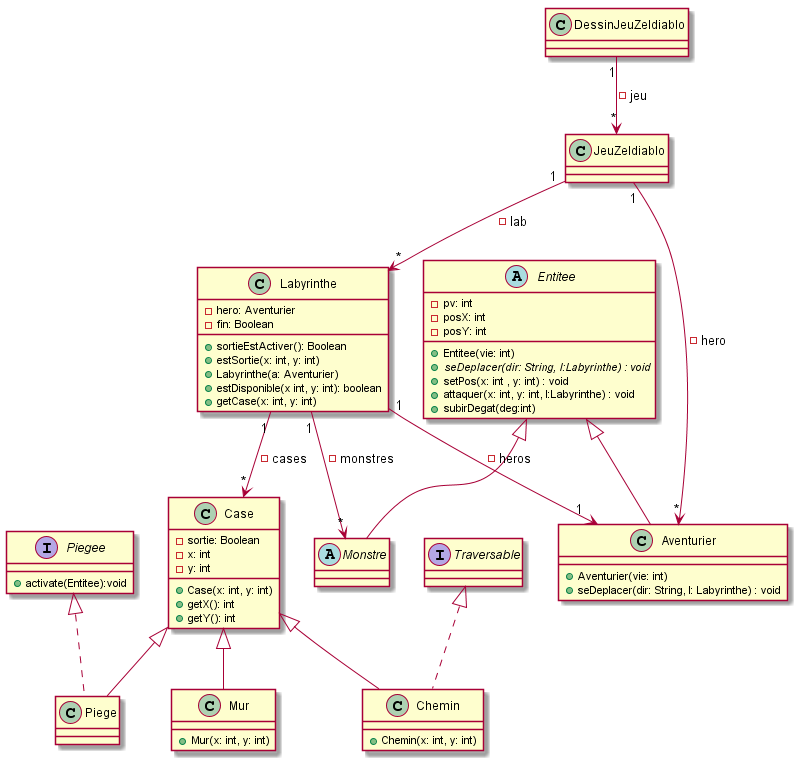
NunzioArdi/2019_coo_zeldiablo keeps this PlantUML diagram as documents/version_4.0/diagramme_classe.png. Above is the earlier version.
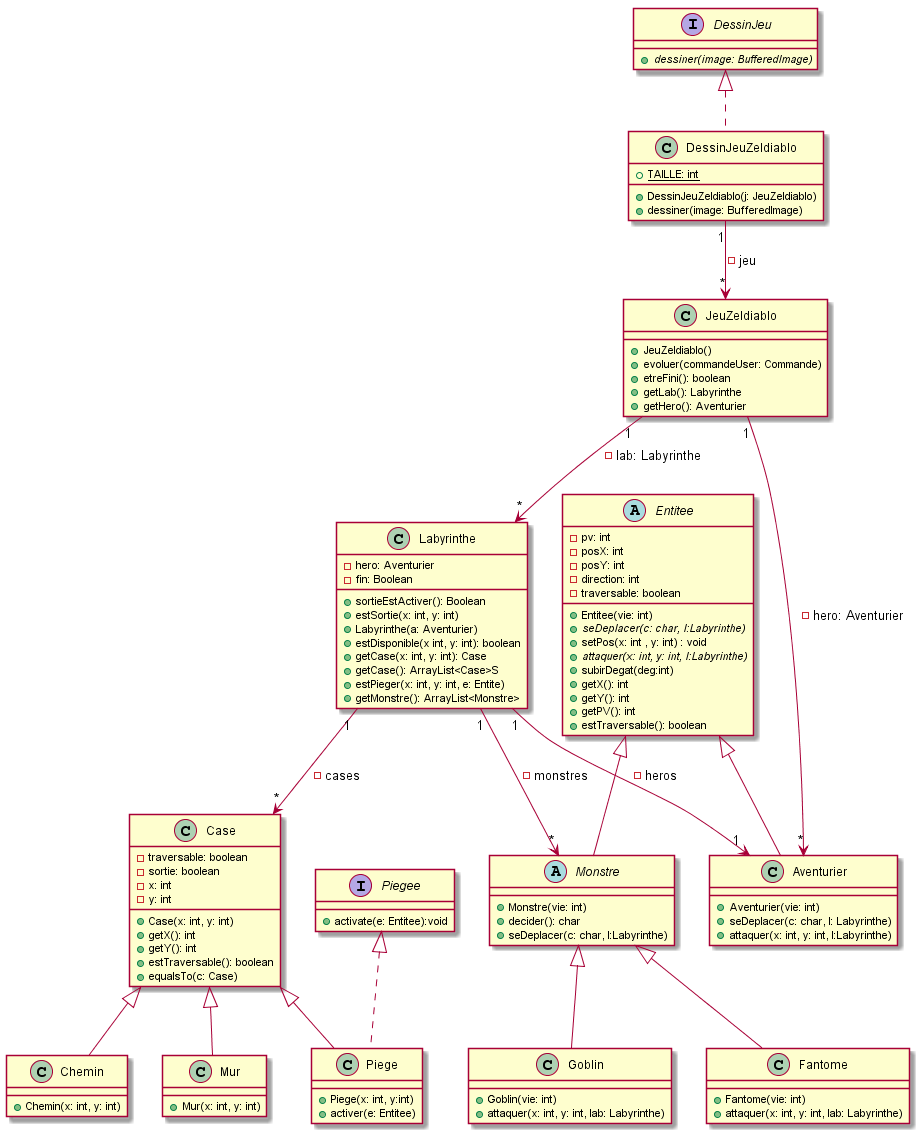
The same file after the commit.

Commit message:
mise à jour et

Change to the diagram source:
```diff
@@ -1,7 +1,8 @@
 @startuml
 class Aventurier{
 +Aventurier(vie: int)
-+seDeplacer(dir: String, l: Labyrinthe) : void
++seDeplacer(c: char, l: Labyrinthe)
++attaquer(x: int, y: int, l:Labyrinthe)
 }
 
 class Labyrinthe{
@@ -11,16 +12,22 @@
 +estSortie(x: int, y: int)
 +Labyrinthe(a: Aventurier)
 +estDisponible(x int, y: int): boolean
-+getCase(x: int, y: int)
++getCase(x: int, y: int): Case
++getCase(): ArrayList<Case>S
++estPieger(x: int, y: int, e: Entite)
++getMonstre(): ArrayList<Monstre>
 }
 
 class Case{
--sortie: Boolean
+-traversable: boolean
+-sortie: boolean
 - x: int
 - y: int
 +Case(x: int, y: int)
 +getX(): int
 +getY(): int
++estTraversable(): boolean
++equalsTo(c: Case)
 }
 
 class Chemin{
@@ -31,54 +38,79 @@
 +Mur(x: int, y: int)
 }
 
-interface Traversable{
-}
-
-
-
 class JeuZeldiablo {
-
++JeuZeldiablo()
++evoluer(commandeUser: Commande)
++etreFini(): boolean
++getLab(): Labyrinthe
++getHero(): Aventurier
 }
 
 class DessinJeuZeldiablo {
++{static} TAILLE: int
++DessinJeuZeldiablo(j: JeuZeldiablo)
++dessiner(image: BufferedImage)
+}
 
+interface DessinJeu {
++ {abstract} dessiner(image: BufferedImage)
 }
 
 abstract class Entitee{
 -pv: int
 -posX: int
 -posY: int
+-direction: int
+-traversable: boolean
 +Entitee(vie: int)
-+ {abstract} seDeplacer(dir: String, l:Labyrinthe) : void
++ {abstract} seDeplacer(c: char, l:Labyrinthe)
 +setPos(x: int , y: int) : void
-+attaquer(x: int, y: int, l:Labyrinthe) : void
++ {abstract} attaquer(x: int, y: int, l:Labyrinthe)
 +subirDegat(deg:int)
++getX(): int
++getY(): int
++getPV(): int
++estTraversable(): boolean
 }
 
 abstract class Monstre {
-
++Monstre(vie: int)
++decider(): char
++seDeplacer(c: char, l:Labyrinthe)
 }
 
 class Piege {
-
++Piege(x: int, y:int)
++activer(e: Entitee)
 }
 
 interface Piegee {
-+activate(Entitee):void
++activate(e: Entitee):void
 }
 
+class Goblin {
++Goblin(vie: int)
++attaquer(x: int, y: int, lab: Labyrinthe)
+}
+
+class Fantome {
++Fantome(vie: int)
++attaquer(x: int, y: int, lab: Labyrinthe)
+}
 
 Case <|-- Piege
 Piegee <|.. Piege
 Entitee <|-- Monstre
 Case <|-- Chemin
 Case <|-- Mur
-Traversable  <|..  Chemin
+Monstre <|-- Goblin
+Monstre <|-- Fantome
 Labyrinthe "1" --> "*" Case : -cases
 Labyrinthe "1" --> "1" Aventurier : -heros
 Labyrinthe "1" --> "*" Monstre : -monstres
 Entitee <|-- Aventurier
-JeuZeldiablo "1" --> "*" Labyrinthe : -lab
-JeuZeldiablo "1" --> "*" Aventurier : -hero
+JeuZeldiablo "1" --> "*" Labyrinthe : -lab: Labyrinthe
+JeuZeldiablo "1" --> "*" Aventurier : -hero: Aventurier
 DessinJeuZeldiablo "1" --> "*" JeuZeldiablo : -jeu
+DessinJeu <|.. DessinJeuZeldiablo
 @enduml
```
